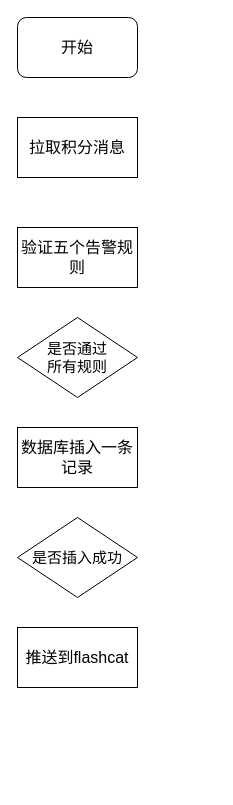
tianshengdiwangK/common keeps this draw.io diagram as bambu alert.drawio. Above is the earlier version. Source tidied: cells renumbered, new cells numbered last; positions are measured from the earlier drawing's top-left corner, leaving out a move shared by most shapes. Both pictures are drawn from the tidied source at 100%, with x=0, y=0 at pixel (17, 17).
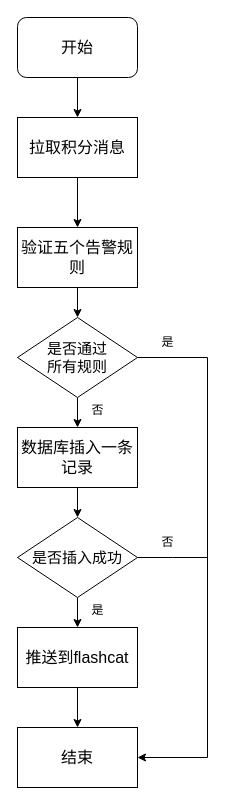
The same diagram, later.

Unchanged cells that the change refers to:
```xml
<mxCell id="2" value="&lt;font style=&quot;font-size: 16px;&quot;&gt;开始&lt;/font&gt;" style="rounded=1;whiteSpace=wrap;html=1;" parent="1" vertex="1">
  <mxGeometry width="120" height="60" as="geometry" />
</mxCell>
<mxCell id="3" value="&lt;font style=&quot;font-size: 16px;&quot;&gt;拉取积分消息&lt;/font&gt;" style="rounded=0;whiteSpace=wrap;html=1;" parent="1" vertex="1">
  <mxGeometry y="100" width="120" height="60" as="geometry" />
</mxCell>
<mxCell id="4" value="&lt;font style=&quot;font-size: 16px;&quot;&gt;验证五个告警规则&lt;/font&gt;" style="rounded=0;whiteSpace=wrap;html=1;" parent="1" vertex="1">
  <mxGeometry y="210" width="120" height="60" as="geometry" />
</mxCell>
<mxCell id="5" value="&lt;font style=&quot;font-size: 15px;&quot;&gt;是否通过&lt;br&gt;所有规则&lt;/font&gt;" style="rhombus;whiteSpace=wrap;html=1;" parent="1" vertex="1">
  <mxGeometry y="300" width="120" height="80" as="geometry" />
</mxCell>
<mxCell id="6" value="&lt;span style=&quot;font-size: 16px;&quot;&gt;数据库插入一条记录&lt;/span&gt;" style="rounded=0;whiteSpace=wrap;html=1;" parent="1" vertex="1">
  <mxGeometry y="410" width="120" height="60" as="geometry" />
</mxCell>
<mxCell id="7" value="&lt;font style=&quot;font-size: 15px;&quot;&gt;是否插入成功&lt;br&gt;&lt;/font&gt;" style="rhombus;whiteSpace=wrap;html=1;" parent="1" vertex="1">
  <mxGeometry y="500" width="120" height="80" as="geometry" />
</mxCell>
<mxCell id="8" value="&lt;font style=&quot;font-size: 16px;&quot;&gt;推送到flashcat&lt;/font&gt;" style="rounded=0;whiteSpace=wrap;html=1;" parent="1" vertex="1">
  <mxGeometry y="610" width="120" height="60" as="geometry" />
</mxCell>
```

Change to the diagram source:
```diff
@@
+    <mxCell id="9" style="edgeStyle=orthogonalEdgeStyle;rounded=0;jettySize=auto;html=1;entryX=0.5;entryY=0;entryDx=0;entryDy=0;" parent="1" edge="1" source="2" target="3">
+      <mxGeometry relative="1" as="geometry" />
+    </mxCell>
@@
+    <mxCell id="10" style="edgeStyle=orthogonalEdgeStyle;rounded=0;jettySize=auto;html=1;entryX=0.5;entryY=0;entryDx=0;entryDy=0;" parent="1" edge="1" source="3" target="4">
+      <mxGeometry relative="1" as="geometry" />
+    </mxCell>
@@
+    <mxCell id="11" style="edgeStyle=orthogonalEdgeStyle;rounded=0;jettySize=auto;html=1;entryX=0.5;entryY=0;entryDx=0;entryDy=0;" parent="1" edge="1" source="4" target="5">
+      <mxGeometry relative="1" as="geometry" />
+    </mxCell>
@@
+    <mxCell id="12" style="edgeStyle=orthogonalEdgeStyle;rounded=0;jettySize=auto;html=1;entryX=0.5;entryY=0;entryDx=0;entryDy=0;" parent="1" edge="1" source="5" target="6">
+      <mxGeometry relative="1" as="geometry" />
+    </mxCell>
+    <mxCell id="13" style="edgeStyle=orthogonalEdgeStyle;rounded=0;jettySize=auto;html=1;entryX=1;entryY=0.5;entryDx=0;entryDy=0;exitX=1;exitY=0.5;exitDx=0;exitDy=0;" parent="1" edge="1" source="5" target="18">
+      <mxGeometry relative="1" as="geometry">
+        <Array as="points">
+          <mxPoint x="190" y="340" />
+          <mxPoint x="190" y="740" />
+        </Array>
+      </mxGeometry>
+    </mxCell>
@@
+    <mxCell id="14" style="edgeStyle=orthogonalEdgeStyle;rounded=0;jettySize=auto;html=1;entryX=0.5;entryY=0;entryDx=0;entryDy=0;" parent="1" edge="1" source="6" target="7">
+      <mxGeometry relative="1" as="geometry" />
+    </mxCell>
@@
+    <mxCell id="15" style="edgeStyle=orthogonalEdgeStyle;rounded=0;jettySize=auto;html=1;entryX=0.5;entryY=0;entryDx=0;entryDy=0;" parent="1" edge="1" source="7" target="8">
+      <mxGeometry relative="1" as="geometry" />
+    </mxCell>
+    <mxCell id="16" style="edgeStyle=orthogonalEdgeStyle;rounded=0;jettySize=auto;html=1;endArrow=none;endFill=0;" parent="1" edge="1" source="7">
+      <mxGeometry relative="1" as="geometry">
+        <mxPoint x="190" y="540" as="targetPoint" />
+      </mxGeometry>
+    </mxCell>
@@
+    <mxCell id="17" style="edgeStyle=orthogonalEdgeStyle;rounded=0;jettySize=auto;html=1;" parent="1" edge="1" source="8" target="18">
+      <mxGeometry relative="1" as="geometry" />
+    </mxCell>
@@
+    <mxCell id="18" value="&lt;font style=&quot;font-size: 16px;&quot;&gt;结束&lt;/font&gt;" style="rounded=0;whiteSpace=wrap;html=1;" parent="1" vertex="1">
+      <mxGeometry y="710" width="120" height="60" as="geometry" />
+    </mxCell>
+    <mxCell id="19" value="是" style="text;html=1;align=center;verticalAlign=middle;strokeColor=none;fillColor=none;" parent="1" vertex="1">
+      <mxGeometry x="60" y="578" width="40" height="30" as="geometry" />
+    </mxCell>
+    <mxCell id="20" value="否" style="text;html=1;align=center;verticalAlign=middle;strokeColor=none;fillColor=none;" parent="1" vertex="1">
+      <mxGeometry x="60" y="378" width="40" height="30" as="geometry" />
+    </mxCell>
+    <mxCell id="21" value="是" style="text;html=1;align=center;verticalAlign=middle;strokeColor=none;fillColor=none;" parent="1" vertex="1">
+      <mxGeometry x="130" y="310" width="40" height="30" as="geometry" />
+    </mxCell>
+    <mxCell id="22" value="否" style="text;html=1;align=center;verticalAlign=middle;strokeColor=none;fillColor=none;" parent="1" vertex="1">
+      <mxGeometry x="130" y="510" width="40" height="30" as="geometry" />
+    </mxCell>
```
